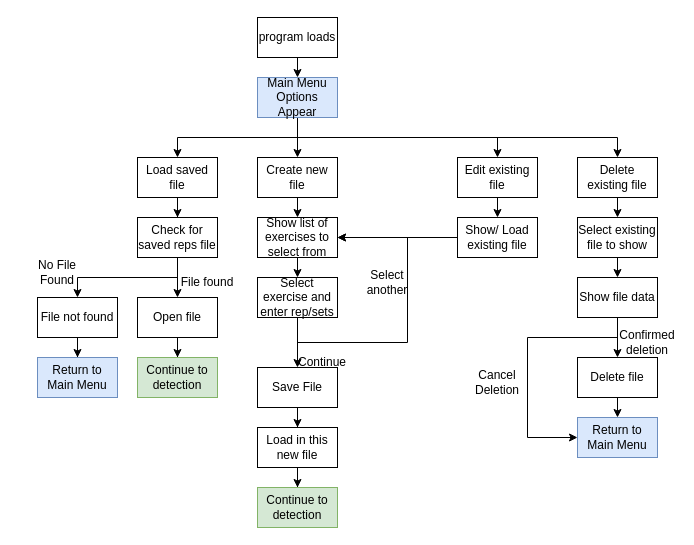
Before: lifting tracker.drawio in Jack01638/Lifting-Detection, a draw.io diagram. Source tidied: cells renumbered, new cells numbered last; positions are measured from the earlier drawing's top-left corner, leaving out a move shared by most shapes. Both pictures are drawn from the tidied source at 100%, with x=0, y=0 at pixel (27, 17).
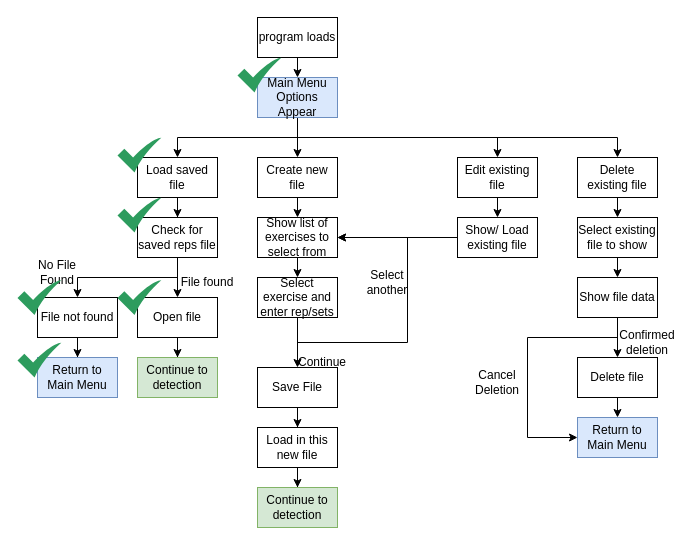
After the change.

Commit message (it also covers changes not shown here):
updated lifting tracker.drawio file, filled funcs

Diff of the diagram source:
```diff
@@
+    <mxCell id="52" style="sketch=0;html=1;strokeColor=none;shadow=0;align=center;fillColor=#2D9C5E;verticalAlign=top;labelPosition=center;verticalLabelPosition=bottom;shape=mxgraph.gcp2.check;" parent="1" vertex="1">
+      <mxGeometry x="-10" y="325" width="43.8" height="35" as="geometry" />
+    </mxCell>
+    <mxCell id="53" style="sketch=0;html=1;strokeColor=none;shadow=0;align=center;fillColor=#2D9C5E;verticalAlign=top;labelPosition=center;verticalLabelPosition=bottom;shape=mxgraph.gcp2.check;" parent="1" vertex="1">
+      <mxGeometry x="-10" y="262.5" width="43.8" height="35" as="geometry" />
+    </mxCell>
+    <mxCell id="54" style="sketch=0;html=1;strokeColor=none;shadow=0;align=center;fillColor=#2D9C5E;verticalAlign=top;labelPosition=center;verticalLabelPosition=bottom;shape=mxgraph.gcp2.check;" parent="1" vertex="1">
+      <mxGeometry x="210" y="40" width="43.8" height="35" as="geometry" />
+    </mxCell>
+    <mxCell id="55" style="sketch=0;html=1;strokeColor=none;shadow=0;align=center;fillColor=#2D9C5E;verticalAlign=top;labelPosition=center;verticalLabelPosition=bottom;shape=mxgraph.gcp2.check;" parent="1" vertex="1">
+      <mxGeometry x="90" y="120" width="43.8" height="35" as="geometry" />
+    </mxCell>
+    <mxCell id="56" style="sketch=0;html=1;strokeColor=none;shadow=0;align=center;fillColor=#2D9C5E;verticalAlign=top;labelPosition=center;verticalLabelPosition=bottom;shape=mxgraph.gcp2.check;" parent="1" vertex="1">
+      <mxGeometry x="90" y="180" width="43.8" height="35" as="geometry" />
+    </mxCell>
+    <mxCell id="57" style="sketch=0;html=1;strokeColor=none;shadow=0;align=center;fillColor=#2D9C5E;verticalAlign=top;labelPosition=center;verticalLabelPosition=bottom;shape=mxgraph.gcp2.check;" parent="1" vertex="1">
+      <mxGeometry x="90" y="262.5" width="43.8" height="35" as="geometry" />
+    </mxCell>
```
